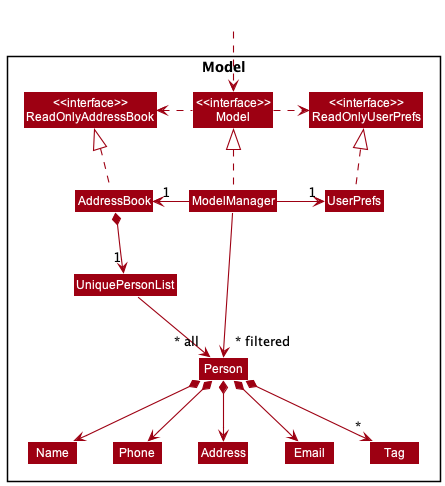
The PlantUML diagram docs/images/ModelClassDiagram.png in nus-cs2103-AY2223S1/tp, before a commit.
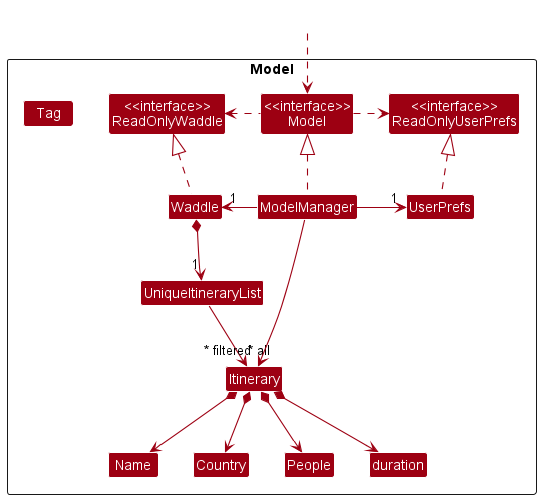
Above is the later version.

Diff of the diagram source:
```diff
@@ -5,19 +5,19 @@
 skinparam classBackgroundColor MODEL_COLOR
 
 Package Model <<Rectangle>>{
-Class "<<interface>>\nReadOnlyAddressBook" as ReadOnlyAddressBook
+Class "<<interface>>\nReadOnlyWaddle" as ReadOnlyWaddle
 Class "<<interface>>\nReadOnlyUserPrefs" as ReadOnlyUserPrefs
 Class "<<interface>>\nModel" as Model
-Class AddressBook
+Class Waddle
 Class ModelManager
 Class UserPrefs
 
-Class UniquePersonList
-Class Person
-Class Address
-Class Email
+Class UniqueItineraryList
+Class Itinerary
+Class People
+Class duration
 Class Name
-Class Phone
+Class Country
 Class Tag
 
 }
@@ -25,26 +25,25 @@
 Class HiddenOutside #FFFFFF
 HiddenOutside ..> Model
 
-AddressBook .up.|> ReadOnlyAddressBook
+Waddle .up.|> ReadOnlyWaddle
 
 ModelManager .up.|> Model
 Model .right.> ReadOnlyUserPrefs
-Model .left.> ReadOnlyAddressBook
-ModelManager -left-> "1" AddressBook
+Model .left.> ReadOnlyWaddle
+ModelManager -left-> "1" Waddle
 ModelManager -right-> "1" UserPrefs
 UserPrefs .up.|> ReadOnlyUserPrefs
 
-AddressBook *--> "1" UniquePersonList
-UniquePersonList --> "~* all" Person
-Person *--> Name
-Person *--> Phone
-Person *--> Email
-Person *--> Address
-Person *--> "*" Tag
+Waddle *--> "1" UniqueItineraryList
+UniqueItineraryList --> "~* all" Itinerary
+Itinerary *--> Name
+Itinerary *--> Country
+Itinerary *--> duration
+Itinerary *--> People
 
-Name -[hidden]right-> Phone
-Phone -[hidden]right-> Address
-Address -[hidden]right-> Email
+Name -[hidden]right-> Country
+Country -[hidden]right-> People
+People -[hidden]right-> duration
 
-ModelManager -->"~* filtered" Person
+ModelManager -->"~* filtered" Itinerary
 @enduml
```
